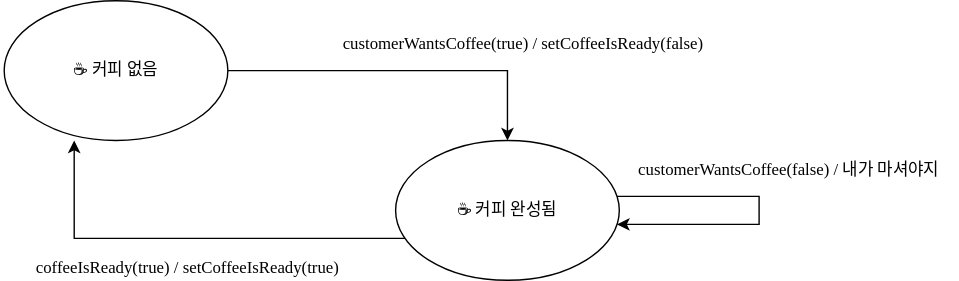
hjk329/hjk329.github.io keeps this draw.io diagram as assets/images/diagrams/커피 공화국.drawio.svg. Above is the earlier version. Source tidied: cells renumbered, new cells last; positions are measured from the earlier drawing's top-left corner, leaving out a move shared by most shapes. The source it was exported from:
```xml
<mxGraphModel>
  <root>
    <mxCell id="0" />
    <mxCell id="1" parent="0" />
    <mxCell id="2" style="edgeStyle=orthogonalEdgeStyle;rounded=0;jettySize=auto;html=1;fontFamily=Comic Sans MS;fontSize=12;entryX=0.5;entryY=0;entryDx=0;entryDy=0;" parent="1" edge="1" source="4" target="6">
      <mxGeometry relative="1" as="geometry" />
    </mxCell>
    <mxCell id="3" value="customerWantsCoffee(true) / setCoffeeIsReady(false)" style="edgeLabel;html=1;align=center;verticalAlign=middle;fontSize=12;fontFamily=Comic Sans MS;" parent="2" vertex="1">
      <mxGeometry x="-0.34" y="2" relative="1" as="geometry">
        <mxPoint x="127" y="-18" as="offset" />
      </mxGeometry>
    </mxCell>
    <mxCell id="4" value="&lt;font face=&quot;Comic Sans MS&quot; style=&quot;font-size: 12px;&quot;&gt;&lt;span style=&quot;font-size: 12px;&quot;&gt;☕️ 커피 없음&lt;/span&gt;&lt;/font&gt;" style="ellipse;whiteSpace=wrap;html=1;fontSize=12;" parent="1" vertex="1">
      <mxGeometry width="160" height="100" as="geometry" />
    </mxCell>
    <mxCell id="5" style="edgeStyle=orthogonalEdgeStyle;rounded=0;jettySize=auto;html=1;fontFamily=Comic Sans MS;fontSize=12;entryX=0.313;entryY=1;entryDx=0;entryDy=0;entryPerimeter=0;" parent="1" edge="1" source="6" target="4">
      <mxGeometry relative="1" as="geometry">
        <Array as="points">
          <mxPoint x="50" y="170" />
        </Array>
      </mxGeometry>
    </mxCell>
    <mxCell id="6" value="&lt;font face=&quot;Comic Sans MS&quot; style=&quot;font-size: 12px;&quot;&gt;&lt;span style=&quot;font-size: 12px;&quot;&gt;☕️ 커피 완성됨&lt;/span&gt;&lt;/font&gt;" style="ellipse;whiteSpace=wrap;html=1;fontSize=12;" parent="1" vertex="1">
      <mxGeometry x="280" y="100" width="160" height="100" as="geometry" />
    </mxCell>
    <mxCell id="7" value="coffeeIsReady(true) / setCoffeeIsReady(true)" style="edgeLabel;html=1;align=center;verticalAlign=middle;fontSize=12;fontFamily=Comic Sans MS;" parent="1" vertex="1">
      <mxGeometry x="130" y="190" as="geometry" />
    </mxCell>
    <mxCell id="8" style="edgeStyle=orthogonalEdgeStyle;rounded=0;orthogonalLoop=1;jettySize=auto;html=1;fontFamily=Comic Sans MS;fontSize=12;" parent="1" edge="1" source="6" target="6">
      <mxGeometry relative="1" as="geometry">
        <Array as="points">
          <mxPoint x="540" y="150" />
        </Array>
      </mxGeometry>
    </mxCell>
    <mxCell id="9" value="customerWantsCoffee(false) / 내가 마셔야지" style="edgeLabel;html=1;align=center;verticalAlign=middle;fontSize=12;fontFamily=Comic Sans MS;" parent="8" vertex="1">
      <mxGeometry x="-0.69" y="4" relative="1" as="geometry">
        <mxPoint x="87" y="-16" as="offset" />
      </mxGeometry>
    </mxCell>
  </root>
</mxGraphModel>
```
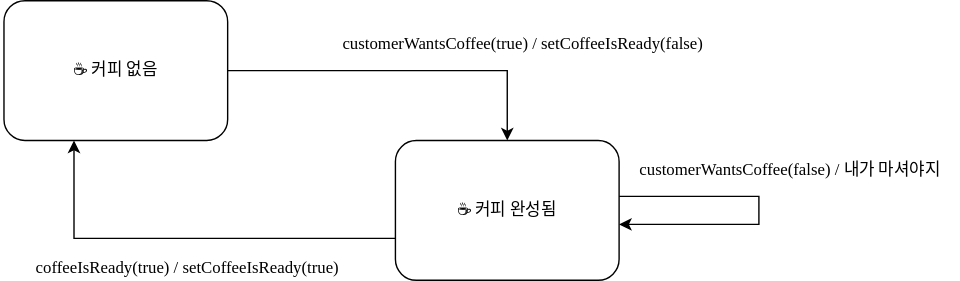
After the change.

Commit message:
커피 공화국.drawio.svg 업데이트

Change to the diagram source:
```diff
@@ -10,7 +10,7 @@
         <mxPoint x="127" y="-18" as="offset" />
       </mxGeometry>
     </mxCell>
-    <mxCell id="4" value="&lt;font face=&quot;Comic Sans MS&quot; style=&quot;font-size: 12px;&quot;&gt;&lt;span style=&quot;font-size: 12px;&quot;&gt;☕️ 커피 없음&lt;/span&gt;&lt;/font&gt;" style="ellipse;whiteSpace=wrap;html=1;fontSize=12;" parent="1" vertex="1">
+    <mxCell id="4" value="&lt;font face=&quot;Comic Sans MS&quot; style=&quot;font-size: 12px;&quot;&gt;&lt;span style=&quot;font-size: 12px;&quot;&gt;☕️ 커피 없음&lt;/span&gt;&lt;/font&gt;" style="ellipse;whiteSpace=wrap;html=1;fontSize=12;shape=label;perimeter=rectanglePerimeter;rounded=1;" parent="1" vertex="1">
       <mxGeometry width="160" height="100" as="geometry" />
     </mxCell>
     <mxCell id="5" style="edgeStyle=orthogonalEdgeStyle;rounded=0;jettySize=auto;html=1;fontFamily=Comic Sans MS;fontSize=12;entryX=0.313;entryY=1;entryDx=0;entryDy=0;entryPerimeter=0;" parent="1" edge="1" source="6" target="4">
@@ -20,7 +20,7 @@
         </Array>
       </mxGeometry>
     </mxCell>
-    <mxCell id="6" value="&lt;font face=&quot;Comic Sans MS&quot; style=&quot;font-size: 12px;&quot;&gt;&lt;span style=&quot;font-size: 12px;&quot;&gt;☕️ 커피 완성됨&lt;/span&gt;&lt;/font&gt;" style="ellipse;whiteSpace=wrap;html=1;fontSize=12;" parent="1" vertex="1">
+    <mxCell id="6" value="&lt;font face=&quot;Comic Sans MS&quot; style=&quot;font-size: 12px;&quot;&gt;&lt;span style=&quot;font-size: 12px;&quot;&gt;☕️ 커피 완성됨&lt;/span&gt;&lt;/font&gt;" style="ellipse;whiteSpace=wrap;html=1;fontSize=12;shape=label;perimeter=rectanglePerimeter;rounded=1;" parent="1" vertex="1">
       <mxGeometry x="280" y="100" width="160" height="100" as="geometry" />
     </mxCell>
     <mxCell id="7" value="coffeeIsReady(true) / setCoffeeIsReady(true)" style="edgeLabel;html=1;align=center;verticalAlign=middle;fontSize=12;fontFamily=Comic Sans MS;" parent="1" vertex="1">
```
